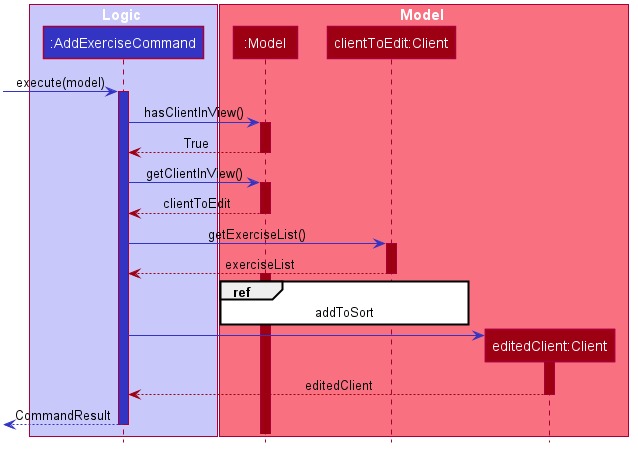
This is docs/images/AddExerciseCommandSequenceDiagram.png from nus-cs2103-AY1920S2/addressbook-level3, a PlantUML export, as it was before one commit. Its diagram source:
```plantuml
@startuml AddExerciseCommandSequenceDiagram








skinparam BackgroundColor #FFFFFFF

skinparam Shadowing false

skinparam Class {
    FontColor #FFFFFF
    BorderThickness 1
    BorderColor #FFFFFF
    StereotypeFontColor #FFFFFF
    FontName Arial
}

skinparam Actor {
    BorderColor #000000
    Color #000000
    FontName Arial
}

skinparam Sequence {
    MessageAlign center
    BoxFontSize 15
    BoxPadding 0
    BoxFontColor #FFFFFF
    FontName Arial
}

skinparam Participant {
    FontColor #FFFFFFF
    Padding 20
}

skinparam MinClassWidth 50
skinparam ParticipantPadding 10
skinparam Shadowing false
skinparam DefaultTextAlignment center
skinparam packageStyle Rectangle

hide footbox
hide members
hide circle

box Logic #C8C8FA
    Participant ":AddExerciseCommand" as AddExerciseCommand #3333C4
end box

box Model #F97181
    Participant ":Model" as model #9D0012
    Participant "clientToEdit:Client" as client #9D0012
    Participant "editedClient:Client" as client2 #9D0012
end box

[-[#3333C4]> AddExerciseCommand : execute(model)

activate AddExerciseCommand #3333C4
AddExerciseCommand -[#3333C4]> model : hasClientInView()

activate model #9D0012
model --[#9D0012]> AddExerciseCommand : True
deactivate model

AddExerciseCommand -[#3333C4]> model : getClientInView()
activate model #9D0012
AddExerciseCommand <[#9D0012]-- model : clientToEdit
deactivate model

AddExerciseCommand -[#3333C4]> client : getExerciseList()
activate client #9D0012
AddExerciseCommand <[#9D0012]-- client : exerciseList
deactivate client

activate model #9D0012
ref over model, client
    addToSort
end ref

AddExerciseCommand -[#3333C4]> client2 **
activate client2 #9D0012

client2 --[#9D0012]> AddExerciseCommand : editedClient
deactivate client2

[<[#3333C4]-- AddExerciseCommand : CommandResult
deactivate AddExerciseCommand

@enduml
```
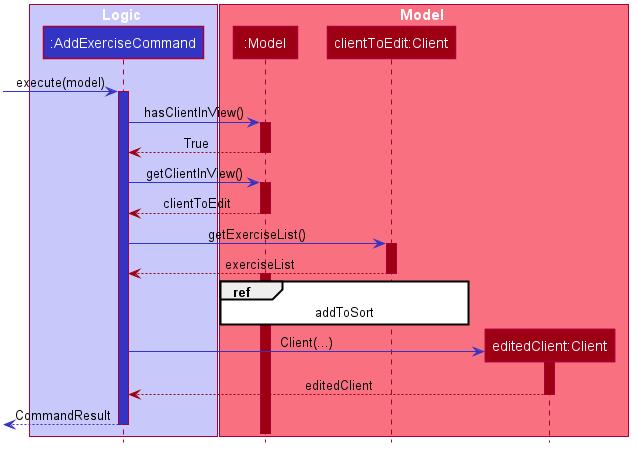
After the change.

Commit message:
add constructor to sequence diagram

What changed in the source:
```diff
@@ -82,7 +82,7 @@
     addToSort
 end ref
 
-AddExerciseCommand -[#3333C4]> client2 **
+AddExerciseCommand -[#3333C4]> client2 ** : Client(...)
 activate client2 #9D0012
 
 client2 --[#9D0012]> AddExerciseCommand : editedClient
```
